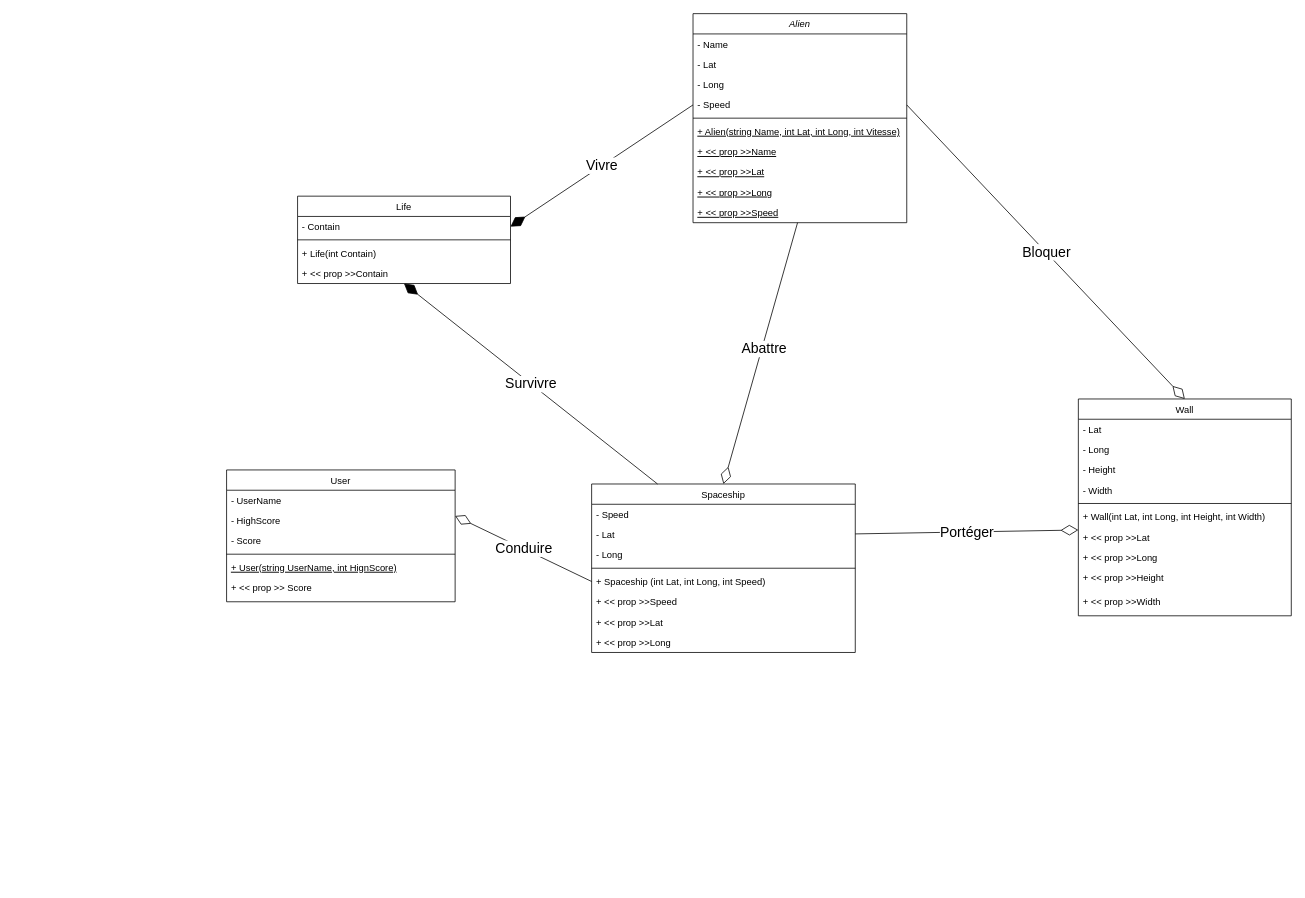
Earlier version of the draw.io diagram Diagram_class.drawio (Dilan1008/SpaceInvader). Source tidied: cells renumbered, new cells numbered last; positions are measured from the earlier drawing's top-left corner, leaving out a move shared by most shapes. Both pictures are drawn from the tidied source at 78%, with x=0, y=0 at pixel (226, 13).
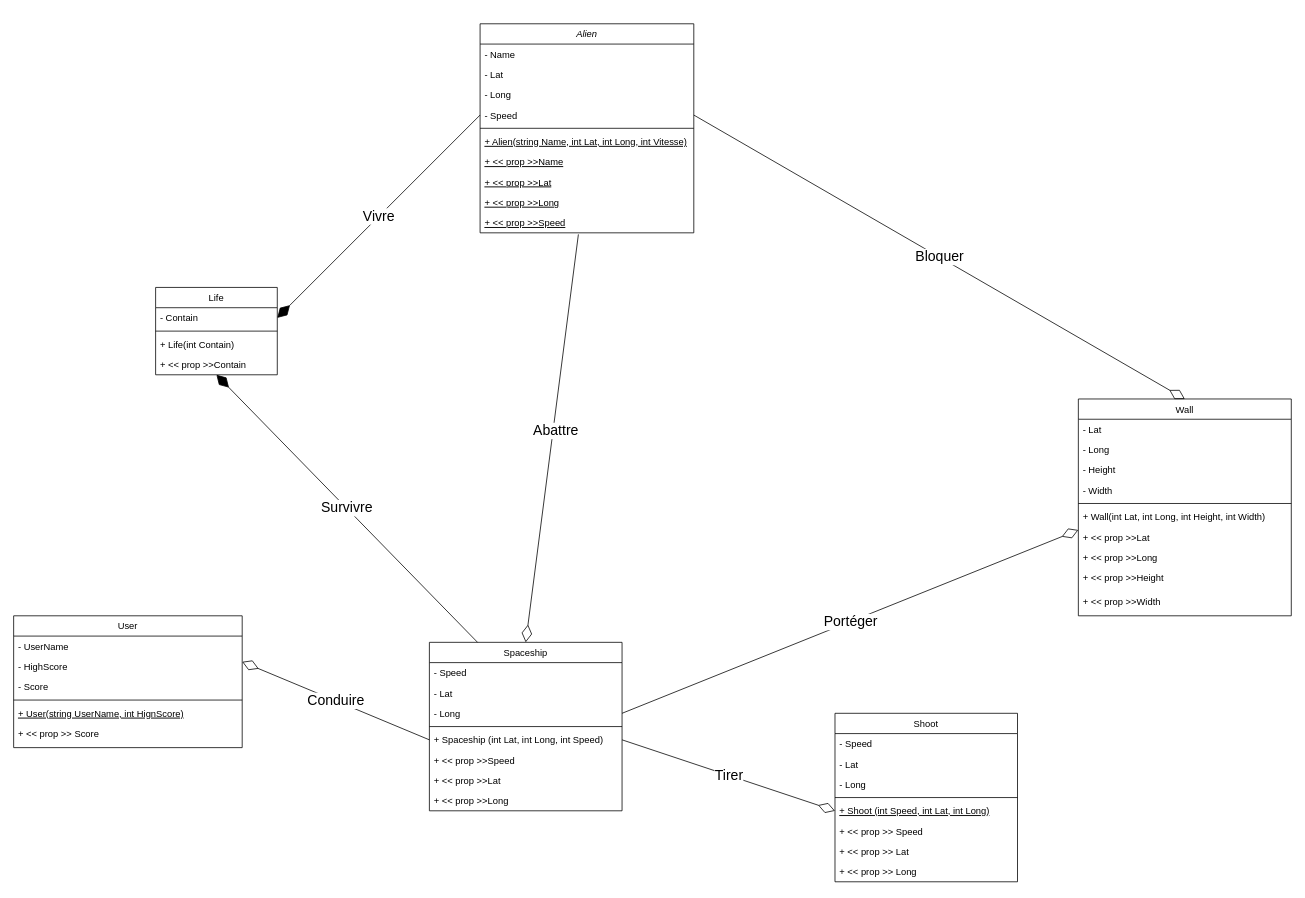
The same page after the edit.

Unchanged cells that the change refers to:
```xml
<mxCell id="6" value="- Speed" style="text;align=left;verticalAlign=top;spacingLeft=4;spacingRight=4;overflow=hidden;points=[[0,0.5],[1,0.5]];portConstraint=eastwest;rounded=0;shadow=0;html=0;" parent="2" vertex="1">
  <mxGeometry y="104" width="274" height="26" as="geometry" />
</mxCell>
<mxCell id="12" value="+ &lt;&lt; prop &gt;&gt;Speed" style="text;align=left;verticalAlign=top;spacingLeft=4;spacingRight=4;overflow=hidden;points=[[0,0.5],[1,0.5]];portConstraint=eastwest;fontStyle=4;" parent="2" vertex="1">
  <mxGeometry y="242" width="274" height="26" as="geometry" />
</mxCell>
```

Change to the diagram source:
```diff
@@
     <mxCell id="2" value="Alien" style="swimlane;fontStyle=2;align=center;verticalAlign=top;horizontal=1;startSize=26;rounded=0;shadow=0;strokeWidth=1;" parent="1" vertex="1">
-      <mxGeometry x="598" width="274" height="268" as="geometry" />
+      <mxGeometry x="325" y="13" width="274" height="268" as="geometry" />
     </mxCell>
@@
     <mxCell id="13" value="User" style="swimlane;fontStyle=0;align=center;verticalAlign=top;horizontal=1;startSize=26;rounded=0;shadow=0;strokeWidth=1;" parent="1" vertex="1">
-      <mxGeometry y="585" width="293" height="169" as="geometry" />
+      <mxGeometry x="-273" y="772" width="293" height="169" as="geometry" />
     </mxCell>
@@
     <mxCell id="20" value="Spaceship" style="swimlane;fontStyle=0;align=center;verticalAlign=top;horizontal=1;startSize=26;rounded=0;shadow=0;strokeWidth=1;" parent="1" vertex="1">
-      <mxGeometry x="468" y="603" width="338" height="216" as="geometry" />
+      <mxGeometry x="260" y="806" width="247" height="216" as="geometry" />
     </mxCell>
     <mxCell id="21" value="- Speed" style="text;align=left;verticalAlign=top;spacingLeft=4;spacingRight=4;overflow=hidden;" parent="20" vertex="1">
-      <mxGeometry y="26" width="338" height="26" as="geometry" />
+      <mxGeometry y="26" width="247" height="26" as="geometry" />
     </mxCell>
     <mxCell id="22" value="- Lat" style="text;align=left;verticalAlign=top;spacingLeft=4;spacingRight=4;overflow=hidden;rounded=0;shadow=0;html=0;" parent="20" vertex="1">
-      <mxGeometry y="52" width="338" height="26" as="geometry" />
+      <mxGeometry y="52" width="247" height="26" as="geometry" />
     </mxCell>
     <mxCell id="23" value="- Long" style="text;align=left;verticalAlign=top;spacingLeft=4;spacingRight=4;overflow=hidden;points=[[0,0.5],[1,0.5]];portConstraint=eastwest;rounded=0;shadow=0;html=0;" parent="20" vertex="1">
-      <mxGeometry y="78" width="338" height="26" as="geometry" />
+      <mxGeometry y="78" width="247" height="26" as="geometry" />
     </mxCell>
     <mxCell id="24" style="line;html=1;strokeWidth=1;align=left;verticalAlign=middle;spacingTop=-1;spacingLeft=3;spacingRight=3;labelPosition=right;" parent="20" vertex="1">
-      <mxGeometry y="104" width="338" height="8" as="geometry" />
+      <mxGeometry y="104" width="247" height="8" as="geometry" />
     </mxCell>
     <mxCell id="25" value="+ Spaceship (int Lat, int Long, int Speed)" style="text;align=left;verticalAlign=top;spacingLeft=4;spacingRight=4;overflow=hidden;points=[[0,0.5],[1,0.5]];portConstraint=eastwest;" parent="20" vertex="1">
-      <mxGeometry y="112" width="338" height="26" as="geometry" />
+      <mxGeometry y="112" width="247" height="26" as="geometry" />
     </mxCell>
     <mxCell id="26" value="+ &lt;&lt; prop &gt;&gt;Speed" style="text;align=left;verticalAlign=top;spacingLeft=4;spacingRight=4;overflow=hidden;" parent="20" vertex="1">
-      <mxGeometry y="138" width="338" height="26" as="geometry" />
+      <mxGeometry y="138" width="247" height="26" as="geometry" />
     </mxCell>
     <mxCell id="27" value="+ &lt;&lt; prop &gt;&gt;Lat" style="text;align=left;verticalAlign=top;spacingLeft=4;spacingRight=4;overflow=hidden;" parent="20" vertex="1">
-      <mxGeometry y="164" width="338" height="26" as="geometry" />
+      <mxGeometry y="164" width="247" height="26" as="geometry" />
     </mxCell>
     <mxCell id="28" value="+ &lt;&lt; prop &gt;&gt;Long" style="text;align=left;verticalAlign=top;spacingLeft=4;spacingRight=4;overflow=hidden;" parent="20" vertex="1">
-      <mxGeometry y="190" width="338" height="26" as="geometry" />
+      <mxGeometry y="190" width="247" height="26" as="geometry" />
     </mxCell>
     <mxCell id="29" value="Life" style="swimlane;fontStyle=0;align=center;verticalAlign=top;horizontal=1;startSize=26;rounded=0;shadow=0;strokeWidth=1;" parent="1" vertex="1">
-      <mxGeometry x="91" y="234" width="273" height="112" as="geometry" />
+      <mxGeometry x="-91" y="351" width="156" height="112" as="geometry" />
     </mxCell>
     <mxCell id="30" value="- Contain" style="text;align=left;verticalAlign=top;spacingLeft=4;spacingRight=4;overflow=hidden;points=[[0,0.5],[1,0.5]];portConstraint=eastwest;" parent="29" vertex="1">
-      <mxGeometry y="26" width="273" height="26" as="geometry" />
+      <mxGeometry y="26" width="156" height="26" as="geometry" />
     </mxCell>
     <mxCell id="31" style="line;html=1;strokeWidth=1;align=left;verticalAlign=middle;spacingTop=-1;spacingLeft=3;spacingRight=3;labelPosition=right;" parent="29" vertex="1">
-      <mxGeometry y="52" width="273" height="8" as="geometry" />
+      <mxGeometry y="52" width="156" height="8" as="geometry" />
     </mxCell>
     <mxCell id="32" value="+ Life(int Contain)" style="text;align=left;verticalAlign=top;spacingLeft=4;spacingRight=4;overflow=hidden;" parent="29" vertex="1">
-      <mxGeometry y="60" width="273" height="26" as="geometry" />
+      <mxGeometry y="60" width="156" height="26" as="geometry" />
     </mxCell>
     <mxCell id="33" value="+ &lt;&lt; prop &gt;&gt;Contain" style="text;align=left;verticalAlign=top;spacingLeft=4;spacingRight=4;overflow=hidden;" parent="29" vertex="1">
-      <mxGeometry y="86" width="273" height="26" as="geometry" />
+      <mxGeometry y="86" width="156" height="26" as="geometry" />
     </mxCell>
@@
-    <mxCell id="48" value="Abattre" style="endArrow=none;html=1;rounded=0;fontSize=18;exitX=0.5;exitY=0;exitDx=0;exitDy=0;entryX=0;entryY=0.5;entryDx=0;entryDy=0;endFill=0;startArrow=diamondThin;startFill=0;endSize=6;startSize=20;" parent="1" edge="1" source="20">
-      <mxGeometry x="0.04" y="-3" relative="1" as="geometry">
-        <mxPoint x="732" y="268" as="targetPoint" />
-      </mxGeometry>
+    <mxCell id="48" value="Abattre" style="endArrow=none;html=1;rounded=0;fontSize=18;exitX=0.5;exitY=0;exitDx=0;exitDy=0;entryX=0.46;entryY=1.077;entryDx=0;entryDy=0;endFill=0;startArrow=diamondThin;startFill=0;endSize=6;startSize=20;entryPerimeter=0;" parent="1" edge="1" source="20" target="12">
+      <mxGeometry x="0.04" y="-3" relative="1" as="geometry" />
     </mxCell>
@@
-    <mxCell id="50" value="Vivre" style="endArrow=none;html=1;rounded=0;fontSize=18;exitX=1;exitY=0.5;exitDx=0;exitDy=0;entryX=0;entryY=0.5;entryDx=0;entryDy=0;endFill=0;startArrow=diamondThin;startFill=1;endSize=6;startSize=20;" parent="1" edge="1" source="30">
-      <mxGeometry relative="1" as="geometry">
-        <mxPoint x="598" y="117" as="targetPoint" />
-      </mxGeometry>
+    <mxCell id="50" value="Vivre" style="endArrow=none;html=1;rounded=0;fontSize=18;exitX=1;exitY=0.5;exitDx=0;exitDy=0;entryX=0;entryY=0.5;entryDx=0;entryDy=0;endFill=0;startArrow=diamondThin;startFill=1;endSize=6;startSize=20;" parent="1" edge="1" source="30" target="6">
+      <mxGeometry relative="1" as="geometry" />
     </mxCell>
@@
-    <mxCell id="52" style="endArrow=diamondThin;html=1;rounded=0;fontSize=18;exitX=1;exitY=0.5;exitDx=0;exitDy=0;entryX=0;entryY=0.5;entryDx=0;entryDy=0;endFill=0;startArrow=none;startFill=0;endSize=20;startSize=20;" parent="1" edge="1">
+    <mxCell id="52" style="endArrow=diamondThin;html=1;rounded=0;fontSize=18;exitX=1;exitY=0.5;exitDx=0;exitDy=0;entryX=0;entryY=0.5;entryDx=0;entryDy=0;endFill=0;startArrow=none;startFill=0;endSize=20;startSize=20;" parent="1" edge="1" source="23">
       <mxGeometry relative="1" as="geometry">
-        <mxPoint x="806" y="667" as="sourcePoint" />
         <mxPoint x="1092" y="662" as="targetPoint" />
       </mxGeometry>
     </mxCell>
@@
+    <mxCell id="54" value="Shoot" style="swimlane;fontStyle=0;align=center;verticalAlign=top;horizontal=1;startSize=26;rounded=0;shadow=0;strokeWidth=1;" parent="1" vertex="1">
+      <mxGeometry x="780" y="897" width="234" height="216" as="geometry" />
+    </mxCell>
+    <mxCell id="55" value="- Speed " style="text;align=left;verticalAlign=top;spacingLeft=4;spacingRight=4;overflow=hidden;" parent="54" vertex="1">
+      <mxGeometry y="26" width="234" height="26" as="geometry" />
+    </mxCell>
+    <mxCell id="56" value="- Lat" style="text;align=left;verticalAlign=top;spacingLeft=4;spacingRight=4;overflow=hidden;rounded=0;shadow=0;html=0;" parent="54" vertex="1">
+      <mxGeometry y="52" width="234" height="26" as="geometry" />
+    </mxCell>
+    <mxCell id="57" value="- Long" style="text;align=left;verticalAlign=top;spacingLeft=4;spacingRight=4;overflow=hidden;rounded=0;shadow=0;html=0;" parent="54" vertex="1">
+      <mxGeometry y="78" width="234" height="26" as="geometry" />
+    </mxCell>
+    <mxCell id="58" style="line;html=1;strokeWidth=1;align=left;verticalAlign=middle;spacingTop=-1;spacingLeft=3;spacingRight=3;labelPosition=right;" parent="54" vertex="1">
+      <mxGeometry y="104" width="234" height="8" as="geometry" />
+    </mxCell>
+    <mxCell id="59" value="+ Shoot (int Speed, int Lat, int Long)" style="text;align=left;verticalAlign=top;spacingLeft=4;spacingRight=4;overflow=hidden;points=[[0,0.5],[1,0.5]];portConstraint=eastwest;fontStyle=4;" parent="54" vertex="1">
+      <mxGeometry y="112" width="234" height="26" as="geometry" />
+    </mxCell>
+    <mxCell id="60" value="+ &lt;&lt; prop &gt;&gt; Speed" style="text;align=left;verticalAlign=top;spacingLeft=4;spacingRight=4;overflow=hidden;" parent="54" vertex="1">
+      <mxGeometry y="138" width="234" height="26" as="geometry" />
+    </mxCell>
+    <mxCell id="61" value="+ &lt;&lt; prop &gt;&gt; Lat" style="text;align=left;verticalAlign=top;spacingLeft=4;spacingRight=4;overflow=hidden;" parent="54" vertex="1">
+      <mxGeometry y="164" width="234" height="26" as="geometry" />
+    </mxCell>
+    <mxCell id="62" value="+ &lt;&lt; prop &gt;&gt; Long" style="text;align=left;verticalAlign=top;spacingLeft=4;spacingRight=4;overflow=hidden;" parent="54" vertex="1">
+      <mxGeometry y="190" width="234" height="26" as="geometry" />
+    </mxCell>
+    <mxCell id="63" style="endArrow=diamondThin;html=1;rounded=0;fontSize=18;exitX=1;exitY=0.5;exitDx=0;exitDy=0;entryX=0;entryY=0.5;entryDx=0;entryDy=0;endFill=0;startArrow=none;startFill=0;endSize=20;startSize=20;" parent="1" edge="1" source="25" target="59">
+      <mxGeometry relative="1" as="geometry" />
+    </mxCell>
+    <mxCell id="64" value="Tirer" style="edgeLabel;html=1;align=center;verticalAlign=middle;fontSize=18;" parent="63" vertex="1">
+      <mxGeometry relative="1" as="geometry" />
+    </mxCell>
```
